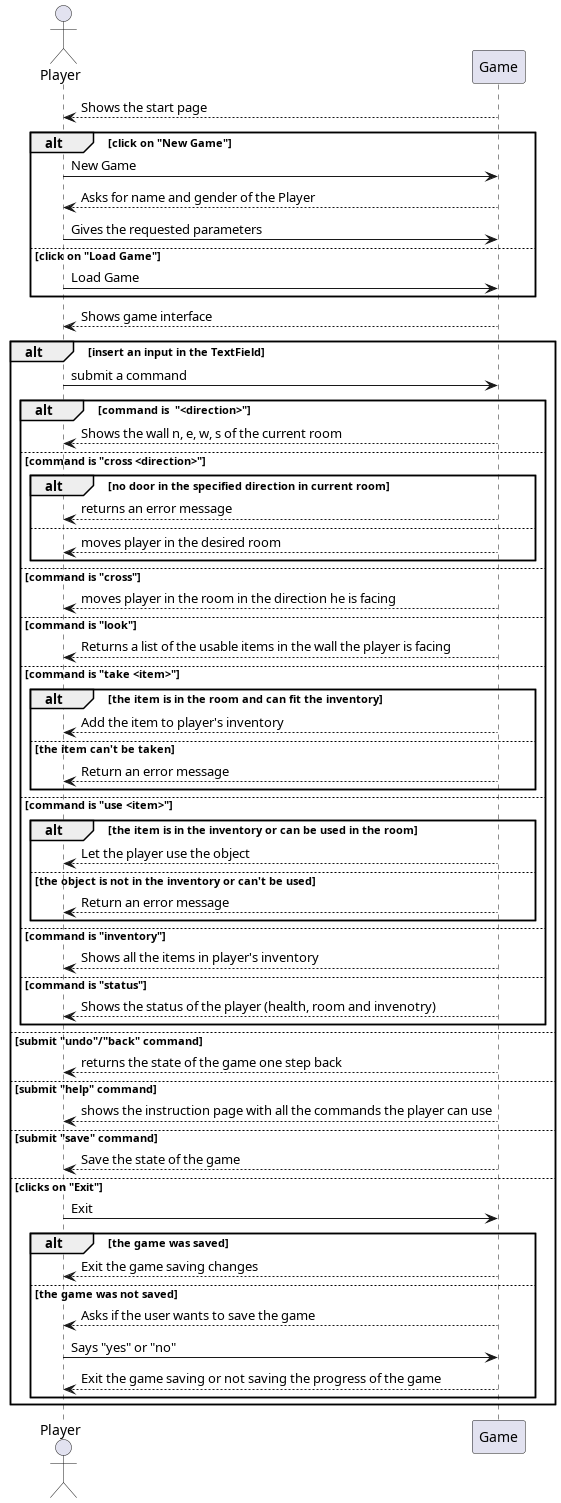
The PlantUML diagram docs/uml/SystemSequenceDiagram.png in nardib/TextAdventure, before a commit.
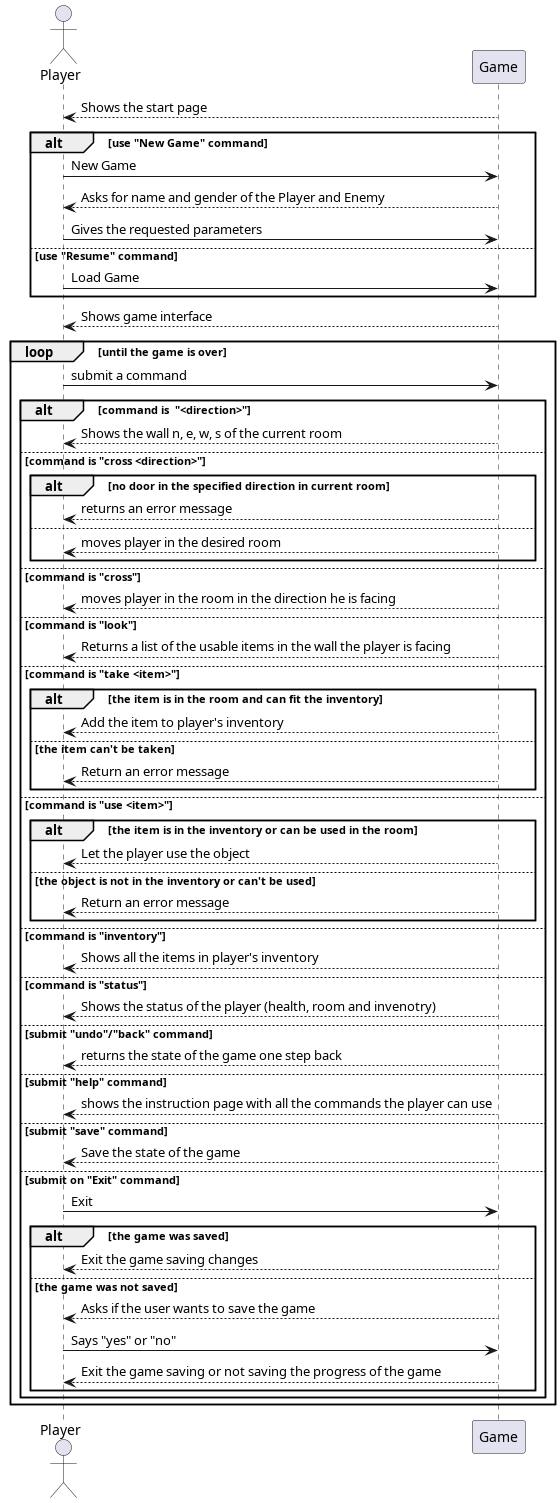
Later version of the same file.

What changed in the source:
```diff
@@ -5,17 +5,17 @@
 
 Game --> Player : Shows the start page
 
-alt click on "New Game"
+alt use "New Game" command
     Player -> Game : New Game
-    Game --> Player : Asks for name and gender of the Player
+    Game --> Player : Asks for name and gender of the Player and Enemy
     Player -> Game : Gives the requested parameters
-else click on "Load Game"
+else use "Resume" command
     Player -> Game : Load Game
 end
 
 Game --> Player : Shows game interface
 
-alt insert an input in the TextField
+loop until the game is over
     Player -> Game : submit a command
     alt command is  "<direction>"
         Game --> Player : Shows the wall n, e, w, s of the current room
@@ -45,22 +45,22 @@
         Game --> Player : Shows all the items in player's inventory
     else command is "status"
         Game --> Player : Shows the status of the player (health, room and invenotry)
+    else submit "undo"/"back" command
+        Game --> Player : returns the state of the game one step back
+    else submit "help" command
+        Game --> Player : shows the instruction page with all the commands the player can use
+    else submit "save" command
+        Game --> Player : Save the state of the game
+    else submit on "Exit" command
+        Player -> Game : Exit
+            alt the game was saved
+                Game --> Player : Exit the game saving changes
+            else the game was not saved
+                Game --> Player : Asks if the user wants to save the game
+                Player -> Game : Says "yes" or "no"
+                Game --> Player : Exit the game saving or not saving the progress of the game
+            end
     end
-else submit "undo"/"back" command
-    Game --> Player : returns the state of the game one step back
-else submit "help" command
-    Game --> Player : shows the instruction page with all the commands the player can use
-else submit "save" command
-    Game --> Player : Save the state of the game
-else clicks on "Exit"
-    Player -> Game : Exit
-        alt the game was saved
-            Game --> Player : Exit the game saving changes
-        else the game was not saved
-            Game --> Player : Asks if the user wants to save the game
-            Player -> Game : Says "yes" or "no"
-            Game --> Player : Exit the game saving or not saving the progress of the game
-        end
 end
 
 @enduml
```
